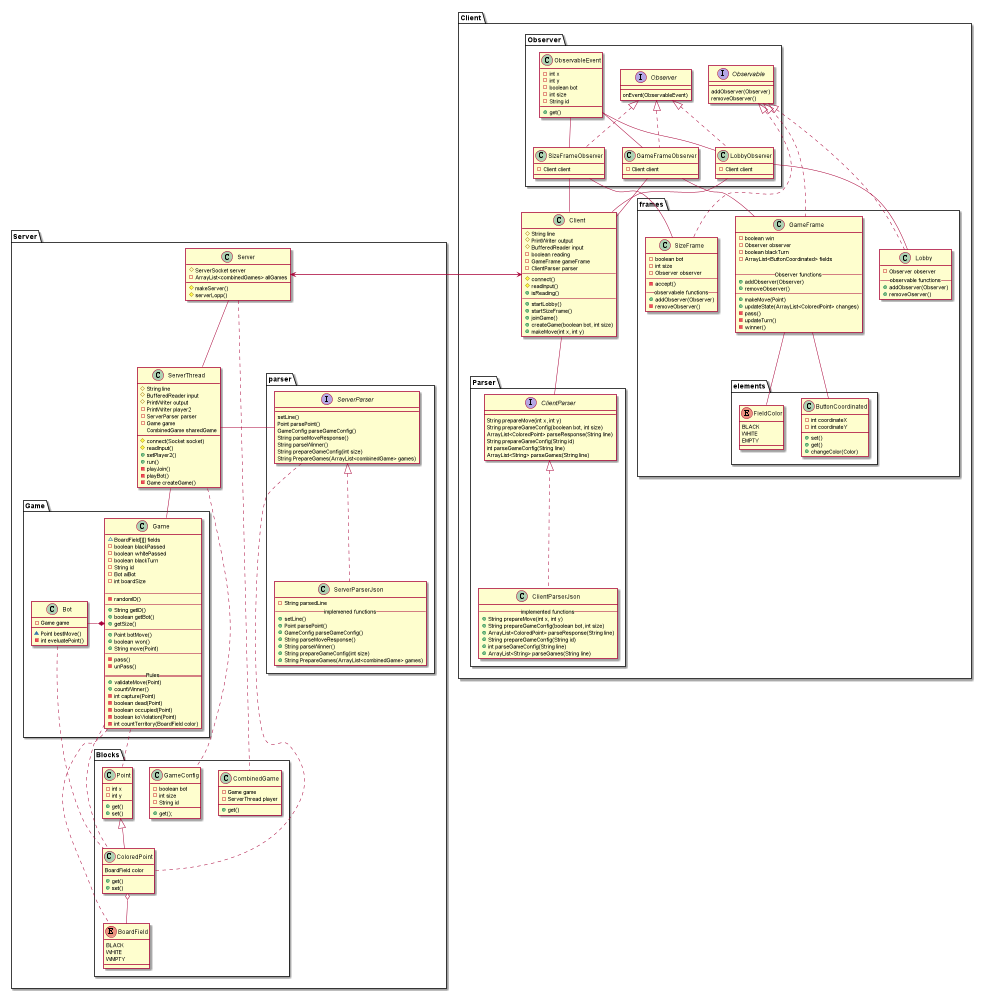
The PlantUML diagram uml/class.png in buczekxpompa/ProjektTP, before a commit.
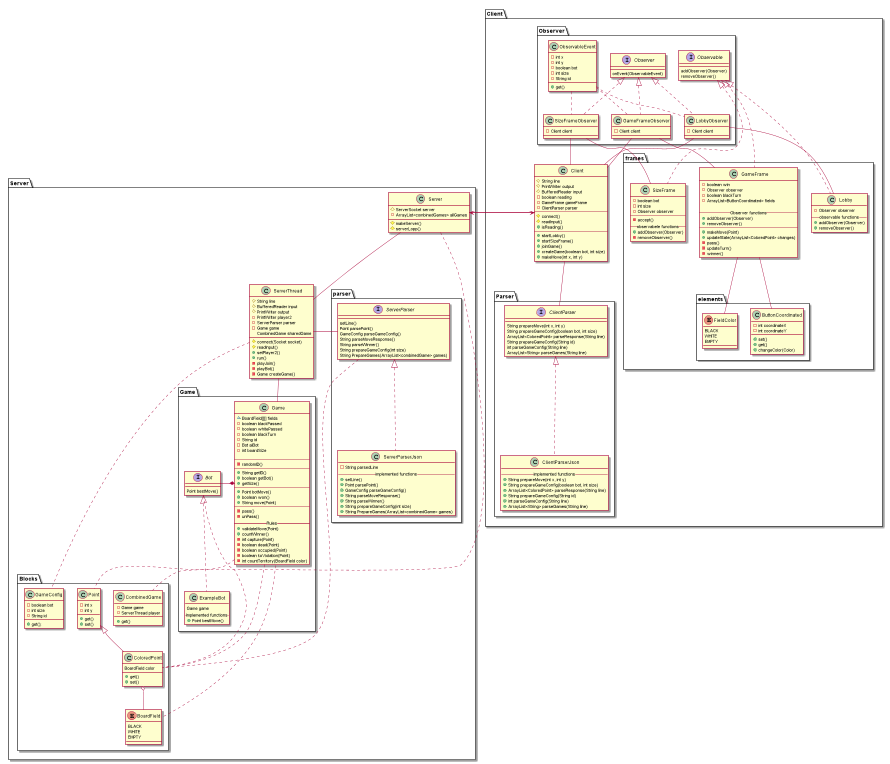
After the change.

Commit message:
class diagram part 4

Diff of the diagram source:
```diff
@@ -56,12 +56,16 @@
             -boolean koViolation(Point)
             -int countTerritory(BoardField color)
         }
-        class Bot {
-            -Game game
-            ~Point bestMove()
-            -int eveluatePoint()
+        interface Bot {
+            Point bestMove()
+        }
+        class ExampleBot {
+            Game game
+            --Implemented functions--
+            +Point bestMove()
         }
         Bot -* Game
+        Bot <|.. ExampleBot
     }
     package parser {
         interface ServerParser{
@@ -75,7 +79,7 @@
         }
         class ServerParserJson {
             -String parsedLine
-            -- implemened functions --
+            -- implemented functions --
             +setLine()
             +Point parsePoint()
             +GameConfig parseGameConfig()
@@ -96,7 +100,7 @@
         enum BoardField {
             BLACK
             WHITE
-            WMPTY
+            EMPTY
         }
         class CombinedGame {
             -Game game
@@ -199,9 +203,9 @@
         Observer <|.. GameFrameObserver
         Observer <|.. LobbyObserver
         Observer <|.. SizeFrameObserver
-        ObservableEvent -- SizeFrameObserver
-        ObservableEvent -- GameFrameObserver
-        ObservableEvent -- LobbyObserver
+        ObservableEvent .. SizeFrameObserver
+        ObservableEvent .. GameFrameObserver
+        ObservableEvent .. LobbyObserver
     }
     package frames {
         package elements {
@@ -239,7 +243,7 @@
             -Observer observer
             -- observable functions --
             +addObserver(Observer)
-            +removeOserver()
+            +removeObserver()
         }
         class SizeFrame {
             -boolean bot
@@ -254,9 +258,9 @@
 
     }
 
-    Observable <|.. Lobby
-    Observable <|.. GameFrame
-    Observable <|.. SizeFrame
+    Observable <|... Lobby
+    Observable <|... GameFrame
+    Observable <|... SizeFrame
     LobbyObserver -- Lobby
     LobbyObserver -- Client
     SizeFrameObserver -- SizeFrame
```
